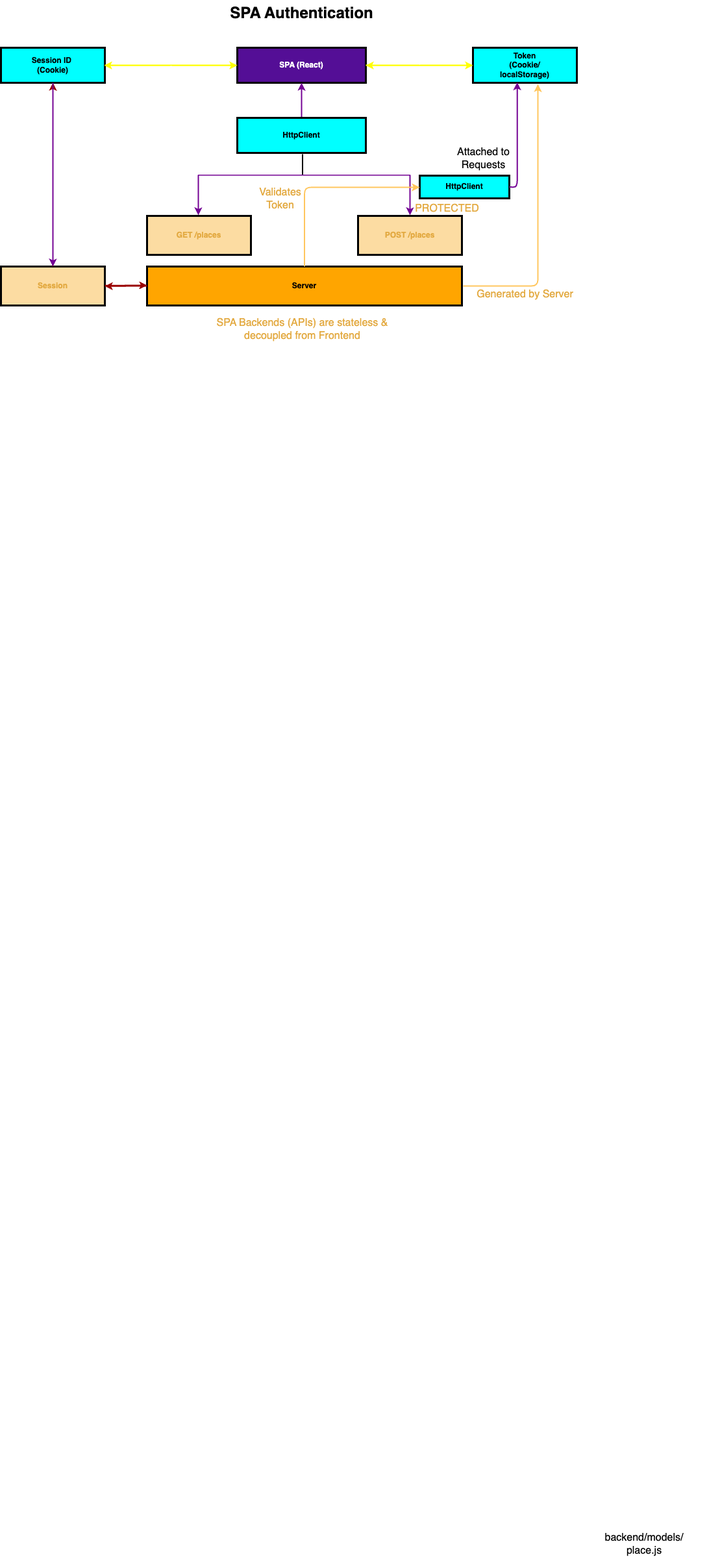
Above: assets/Diagrams-App3-SPA-Authen.drawio.png in berlinlee2025/Little-MERN-React (draw.io), before the change. Source tidied: cells renumbered, new cells last; positions are measured from the earlier drawing's top-left corner, leaving out a move shared by most shapes.
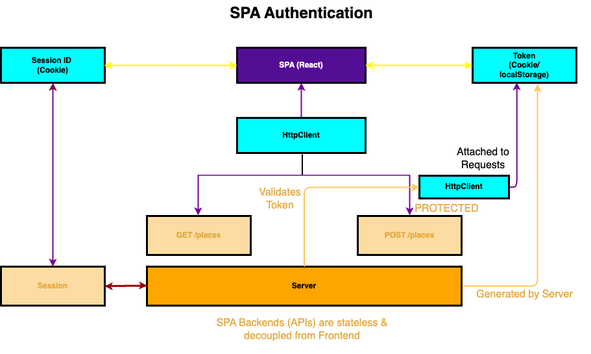
The same file after the commit.

What changed in the source:
```diff
@@ -45,9 +45,6 @@
         </Array>
       </mxGeometry>
     </mxCell>
-    <mxCell id="11" value="backend/models/&lt;div&gt;place.js&lt;/div&gt;" style="text;html=1;align=center;verticalAlign=middle;whiteSpace=wrap;rounded=0;fontSize=16;" parent="1" vertex="1">
-      <mxGeometry x="875" y="2340.5" width="232" height="74" as="geometry" />
-    </mxCell>
     <mxCell id="12" value="Server" style="whiteSpace=wrap;align=center;verticalAlign=middle;fontStyle=1;strokeWidth=3;fillColor=#FFA500;" parent="1" vertex="1">
       <mxGeometry x="225" y="410" width="485" height="60" as="geometry" />
     </mxCell>
```
